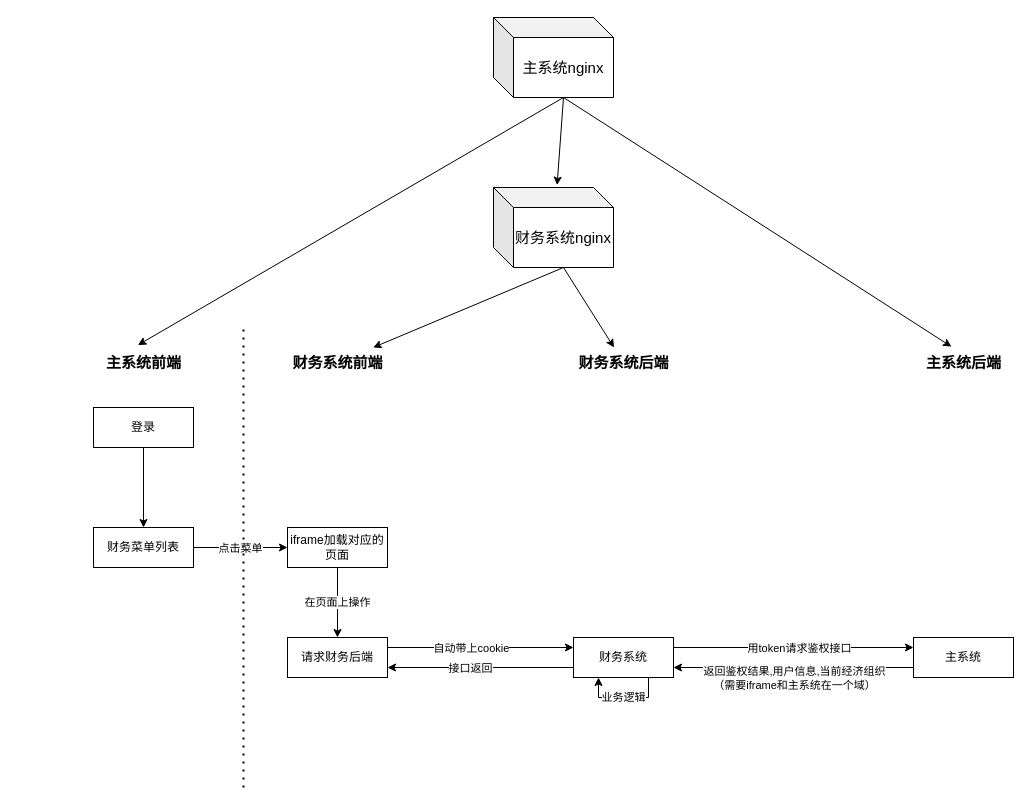
The draw.io diagram 132.drawio in k525056857/mfr, before the edit. Source tidied: cells renumbered, new cells numbered last; positions are measured from the earlier drawing's top-left corner, leaving out a move shared by most shapes. Both pictures are drawn from the tidied source at 100%, with x=0, y=0 at pixel (93, 17).
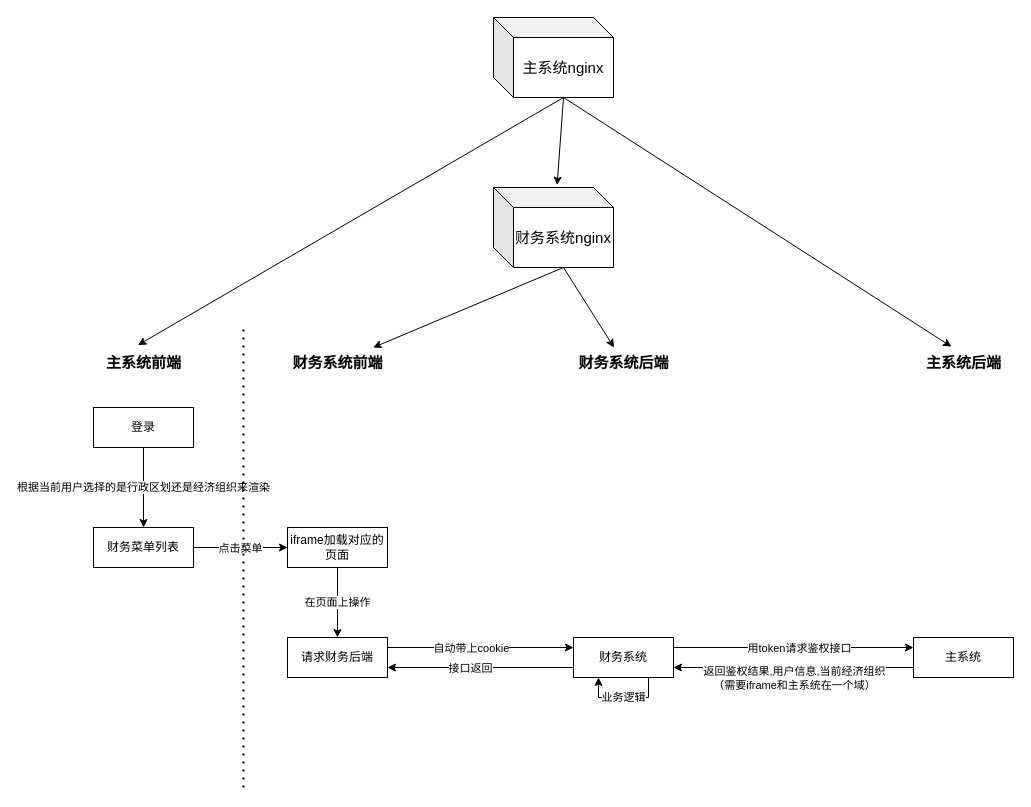
The same diagram, later.

Unchanged cells that the change refers to:
```xml
<mxCell id="3" value="登录" style="rounded=0;whiteSpace=wrap;html=1;" parent="1" vertex="1">
  <mxGeometry y="390" width="100" height="40" as="geometry" />
</mxCell>
<mxCell id="6" value="财务菜单列表" style="rounded=0;whiteSpace=wrap;html=1;" parent="1" vertex="1">
  <mxGeometry y="510" width="100" height="40" as="geometry" />
</mxCell>
```

What changed in the source:
```diff
@@
-    <mxCell id="2" style="edgeStyle=orthogonalEdgeStyle;rounded=0;jettySize=auto;html=1;" parent="1" edge="1" source="3" target="6">
+    <mxCell id="2" value="根据当前用户选择的是行政区划还是经济组织来渲染" style="edgeStyle=orthogonalEdgeStyle;rounded=0;jettySize=auto;html=1;" parent="1" edge="1" source="3" target="6">
       <mxGeometry relative="1" as="geometry" />
     </mxCell>
```
